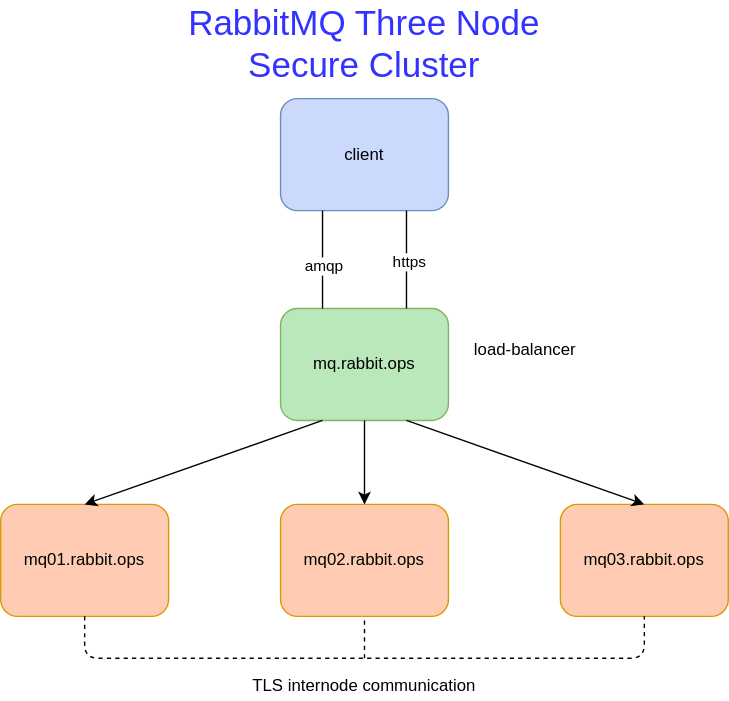
The draw.io diagram architecture.svg in cdivitotawela/rabbitmq-cluster, before a commit. Source tidied: cells renumbered, new cells last; positions are measured from the earlier drawing's top-left corner, leaving out a move shared by most shapes. Source of this version:
```xml
<mxGraphModel>
  <root>
    <mxCell id="0" />
    <mxCell id="1" parent="0" />
    <mxCell id="2" value="mq01.rabbit.ops" style="rounded=1;whiteSpace=wrap;html=1;strokeColor=#d79b00;fillColor=#FFCCB3;" parent="1" vertex="1">
      <mxGeometry y="360" width="120" height="80" as="geometry" />
    </mxCell>
    <mxCell id="3" value="mq02.rabbit.ops" style="rounded=1;whiteSpace=wrap;html=1;strokeColor=#d79b00;fillColor=#FFCCB3;" parent="1" vertex="1">
      <mxGeometry x="200" y="360" width="120" height="80" as="geometry" />
    </mxCell>
    <mxCell id="4" value="mq03.rabbit.ops" style="rounded=1;whiteSpace=wrap;html=1;strokeColor=#d79b00;fillColor=#FFCCB3;" parent="1" vertex="1">
      <mxGeometry x="400" y="360" width="120" height="80" as="geometry" />
    </mxCell>
    <mxCell id="5" value="mq.rabbit.ops" style="rounded=1;whiteSpace=wrap;html=1;strokeColor=#82b366;fillColor=#BBE8BA;" parent="1" vertex="1">
      <mxGeometry x="200" y="220" width="120" height="80" as="geometry" />
    </mxCell>
    <mxCell id="6" style="endArrow=classic;html=1;exitX=0.25;exitY=1;exitDx=0;exitDy=0;entryX=0.5;entryY=0;entryDx=0;entryDy=0;" parent="1" edge="1" source="5" target="2">
      <mxGeometry relative="1" as="geometry" />
    </mxCell>
    <mxCell id="7" style="endArrow=classic;html=1;exitX=0.5;exitY=1;exitDx=0;exitDy=0;entryX=0.5;entryY=0;entryDx=0;entryDy=0;" parent="1" edge="1" source="5" target="3">
      <mxGeometry relative="1" as="geometry" />
    </mxCell>
    <mxCell id="8" style="endArrow=classic;html=1;exitX=0.75;exitY=1;exitDx=0;exitDy=0;entryX=0.5;entryY=0;entryDx=0;entryDy=0;" parent="1" edge="1" source="5" target="4">
      <mxGeometry relative="1" as="geometry" />
    </mxCell>
    <mxCell id="9" value="client" style="rounded=1;whiteSpace=wrap;html=1;strokeColor=#6c8ebf;fillColor=#CAD9FC;" parent="1" vertex="1">
      <mxGeometry x="200" y="70" width="120" height="80" as="geometry" />
    </mxCell>
    <mxCell id="10" style="endArrow=none;html=1;entryX=0.25;entryY=1;entryDx=0;entryDy=0;exitX=0.25;exitY=0;exitDx=0;exitDy=0;" parent="1" edge="1" source="5" target="9">
      <mxGeometry relative="1" as="geometry" />
    </mxCell>
    <mxCell id="11" value="amqp" style="edgeLabel;html=1;align=center;verticalAlign=middle;" parent="10" vertex="1">
      <mxGeometry x="-0.11" relative="1" as="geometry" />
    </mxCell>
    <mxCell id="12" style="endArrow=none;html=1;entryX=0.75;entryY=1;entryDx=0;entryDy=0;exitX=0.75;exitY=0;exitDx=0;exitDy=0;" parent="1" edge="1" source="5" target="9">
      <mxGeometry relative="1" as="geometry" />
    </mxCell>
    <mxCell id="13" value="https" style="edgeLabel;html=1;align=center;verticalAlign=middle;" parent="12" vertex="1">
      <mxGeometry x="-0.03" y="-1" relative="1" as="geometry" />
    </mxCell>
    <mxCell id="14" style="endArrow=none;html=1;exitX=0.5;exitY=1;exitDx=0;exitDy=0;entryX=0.5;entryY=1;entryDx=0;entryDy=0;edgeStyle=orthogonalEdgeStyle;dashed=1;" parent="1" edge="1" source="2" target="4">
      <mxGeometry relative="1" as="geometry">
        <Array as="points">
          <mxPoint x="60" y="470" />
          <mxPoint x="460" y="470" />
        </Array>
      </mxGeometry>
    </mxCell>
    <mxCell id="15" style="endArrow=none;html=1;entryX=0.5;entryY=1;entryDx=0;entryDy=0;dashed=1;" parent="1" edge="1" target="3">
      <mxGeometry relative="1" as="geometry">
        <mxPoint x="260" y="470" as="sourcePoint" />
      </mxGeometry>
    </mxCell>
    <mxCell id="16" value="TLS internode communication" style="text;html=1;strokeColor=none;fillColor=none;align=center;verticalAlign=middle;whiteSpace=wrap;rounded=0;" parent="1" vertex="1">
      <mxGeometry x="130" y="480" width="260" height="20" as="geometry" />
    </mxCell>
    <mxCell id="17" value="&lt;font style=&quot;font-size: 25px&quot; color=&quot;#3333ff&quot;&gt;RabbitMQ Three Node Secure Cluster&lt;/font&gt;" style="text;html=1;strokeColor=none;fillColor=none;align=center;verticalAlign=middle;whiteSpace=wrap;rounded=0;" parent="1" vertex="1">
      <mxGeometry x="105" width="310" height="60" as="geometry" />
    </mxCell>
    <mxCell id="18" value="load-balancer" style="text;html=1;strokeColor=none;fillColor=none;align=center;verticalAlign=middle;whiteSpace=wrap;rounded=0;" parent="1" vertex="1">
      <mxGeometry x="330" y="240" width="90" height="20" as="geometry" />
    </mxCell>
  </root>
</mxGraphModel>
```
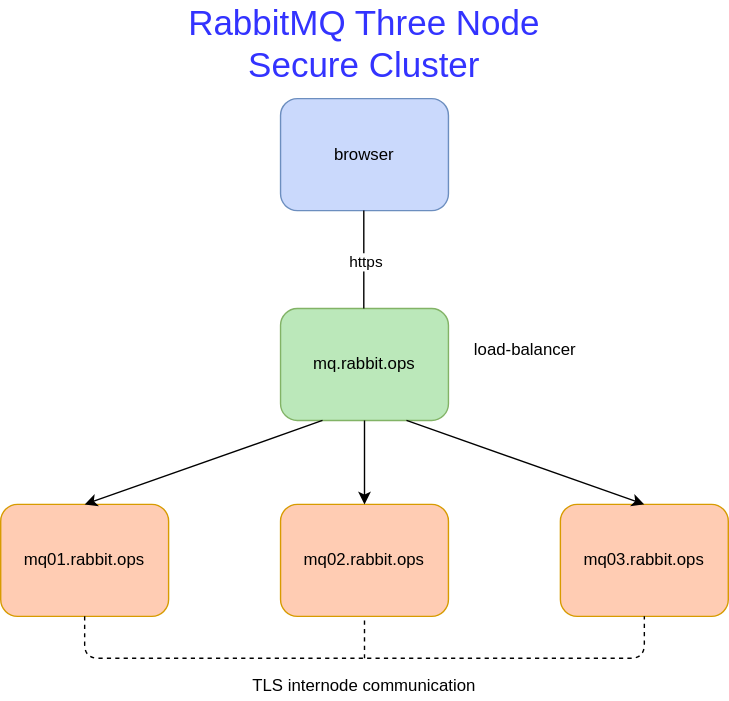
The same file after the commit.

Diff of the diagram source:
```diff
@@ -23,17 +23,14 @@
     <mxCell id="8" style="endArrow=classic;html=1;exitX=0.75;exitY=1;exitDx=0;exitDy=0;entryX=0.5;entryY=0;entryDx=0;entryDy=0;" parent="1" edge="1" source="5" target="4">
       <mxGeometry relative="1" as="geometry" />
     </mxCell>
-    <mxCell id="9" value="client" style="rounded=1;whiteSpace=wrap;html=1;strokeColor=#6c8ebf;fillColor=#CAD9FC;" parent="1" vertex="1">
+    <mxCell id="9" value="browser" style="rounded=1;whiteSpace=wrap;html=1;strokeColor=#6c8ebf;fillColor=#CAD9FC;" parent="1" vertex="1">
       <mxGeometry x="200" y="70" width="120" height="80" as="geometry" />
     </mxCell>
-    <mxCell id="10" style="endArrow=none;html=1;entryX=0.25;entryY=1;entryDx=0;entryDy=0;exitX=0.25;exitY=0;exitDx=0;exitDy=0;" parent="1" edge="1" source="5" target="9">
-      <mxGeometry relative="1" as="geometry" />
-    </mxCell>
-    <mxCell id="11" value="amqp" style="edgeLabel;html=1;align=center;verticalAlign=middle;" parent="10" vertex="1">
-      <mxGeometry x="-0.11" relative="1" as="geometry" />
-    </mxCell>
-    <mxCell id="12" style="endArrow=none;html=1;entryX=0.75;entryY=1;entryDx=0;entryDy=0;exitX=0.75;exitY=0;exitDx=0;exitDy=0;" parent="1" edge="1" source="5" target="9">
-      <mxGeometry relative="1" as="geometry" />
+    <mxCell id="12" style="endArrow=none;html=1;entryX=0.75;entryY=1;entryDx=0;entryDy=0;exitX=0.75;exitY=0;exitDx=0;exitDy=0;" parent="1" edge="1">
+      <mxGeometry relative="1" as="geometry">
+        <mxPoint x="259.5" y="220" as="sourcePoint" />
+        <mxPoint x="259.5" y="150" as="targetPoint" />
+      </mxGeometry>
     </mxCell>
     <mxCell id="13" value="https" style="edgeLabel;html=1;align=center;verticalAlign=middle;" parent="12" vertex="1">
       <mxGeometry x="-0.03" y="-1" relative="1" as="geometry" />
```
